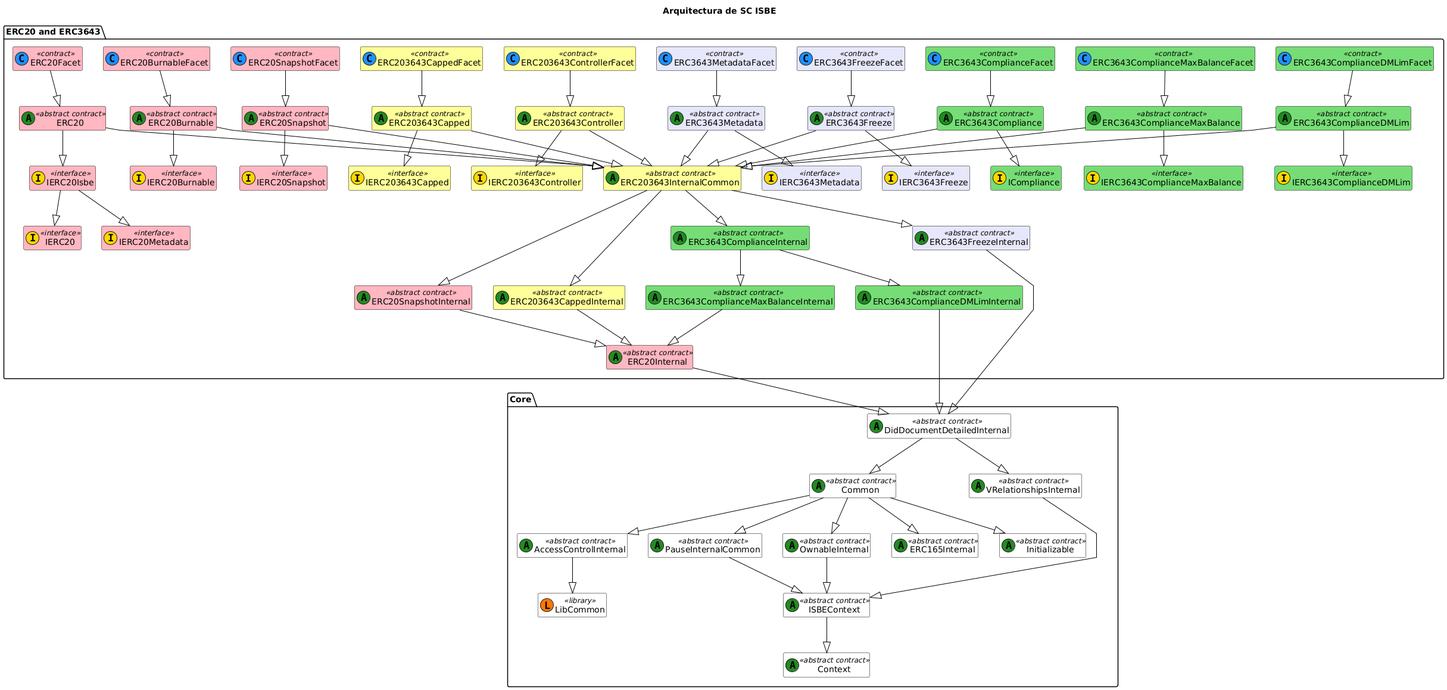
Above: docs/diagrams/ISBE-SC-UML-Global-Functional_2.png in red-isbe/isbe-contracts (PlantUML), before the change.
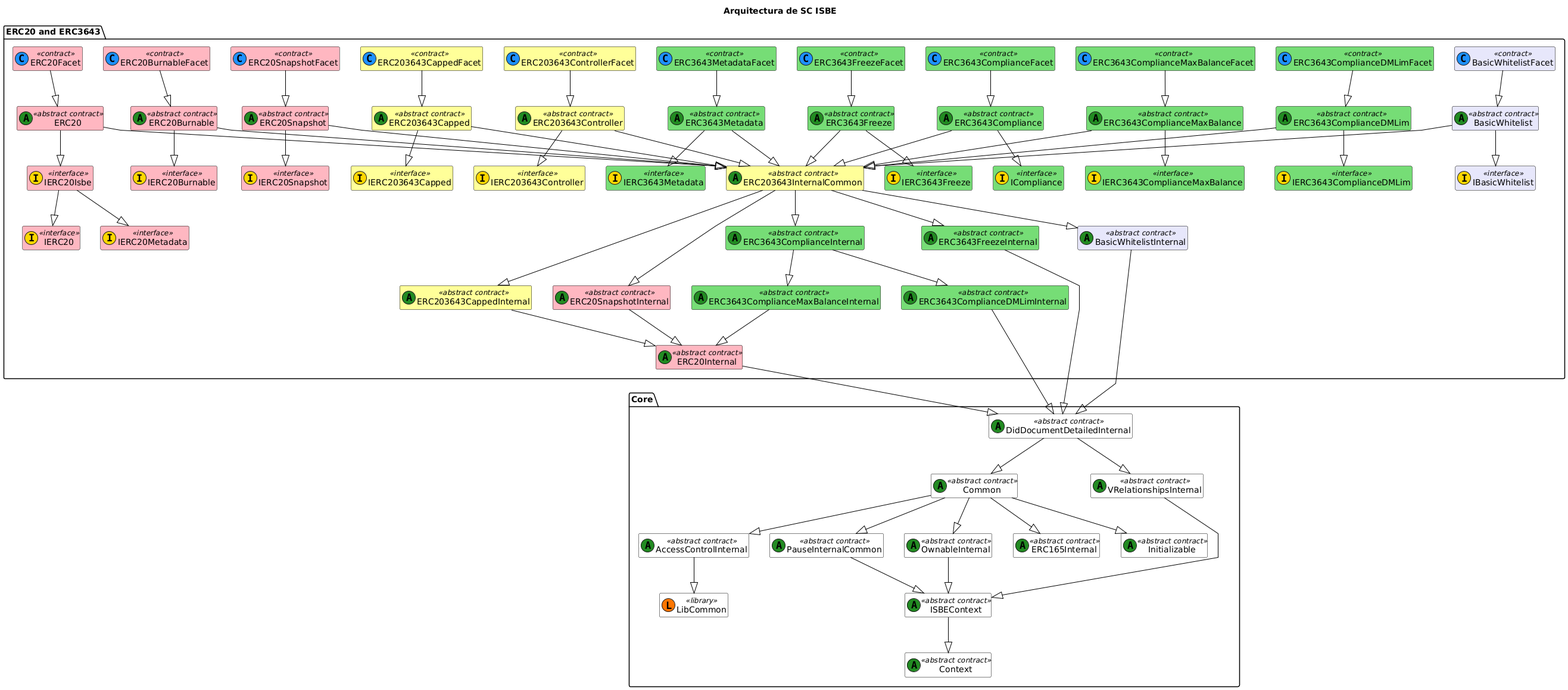
After the commit.

Commit message:
update 3643 diagram to include whitelist

The edit, as a diff of the source:
```diff
@@ -93,17 +93,17 @@
 
 
 
-    class IERC3643Metadata <<(I,#FFD700) interface>> #E6E6FA
-    class ERC3643Metadata <<(A,#228B22) abstract contract>> #E6E6FA
-    class ERC3643MetadataFacet <<(C,#1E90FF) contract>> #E6E6FA
+    class IERC3643Metadata <<(I,#FFD700) interface>> #77DD77
+    class ERC3643Metadata <<(A,#228B22) abstract contract>> #77DD77
+    class ERC3643MetadataFacet <<(C,#1E90FF) contract>> #77DD77
 
     ERC3643MetadataFacet --|> ERC3643Metadata
     ERC3643Metadata --|> IERC3643Metadata
 
-    class IERC3643Freeze <<(I,#FFD700) interface>> #E6E6FA
-    class ERC3643FreezeInternal <<(A,#228B22) abstract contract>> #E6E6FA
-    class ERC3643Freeze <<(A,#228B22) abstract contract>> #E6E6FA
-    class ERC3643FreezeFacet <<(C,#1E90FF) contract>> #E6E6FA
+    class IERC3643Freeze <<(I,#FFD700) interface>> #77DD77
+    class ERC3643FreezeInternal <<(A,#228B22) abstract contract>> #77DD77
+    class ERC3643Freeze <<(A,#228B22) abstract contract>> #77DD77
+    class ERC3643FreezeFacet <<(C,#1E90FF) contract>> #77DD77
 
     ERC3643FreezeFacet --|> ERC3643Freeze
     ERC3643Freeze --|> IERC3643Freeze
@@ -139,12 +139,22 @@
 
     ERC3643ComplianceInternal --|> ERC3643ComplianceDMLimInternal
 
+    class IBasicWhitelist <<(I,#FFD700) interface>> #E6E6FA
+    class BasicWhitelistInternal <<(A,#228B22) abstract contract>> #E6E6FA
+    class BasicWhitelist <<(A,#228B22) abstract contract>> #E6E6FA
+    class BasicWhitelistFacet <<(C,#1E90FF) contract>> #E6E6FA
+
+    BasicWhitelistFacet --|> BasicWhitelist
+    BasicWhitelist --|> IBasicWhitelist
+    BasicWhitelistInternal --|> DidDocumentDetailedInternal
+
 
     class ERC203643InternalCommon <<(A,#228B22) abstract contract>> #FFFF99
     ERC203643InternalCommon --|> ERC20SnapshotInternal
     ERC203643InternalCommon --|> ERC203643CappedInternal
     ERC203643InternalCommon --|> ERC3643FreezeInternal
     ERC203643InternalCommon --|> ERC3643ComplianceInternal
+    ERC203643InternalCommon --|> BasicWhitelistInternal
 
 
     ERC3643Metadata --|> ERC203643InternalCommon
@@ -157,8 +167,7 @@
     ERC3643Compliance --|> ERC203643InternalCommon
     ERC3643ComplianceMaxBalance --|> ERC203643InternalCommon
     ERC3643ComplianceDMLim --|> ERC203643InternalCommon
-
-
+    BasicWhitelist --|> ERC203643InternalCommon
 
 
 }
```
